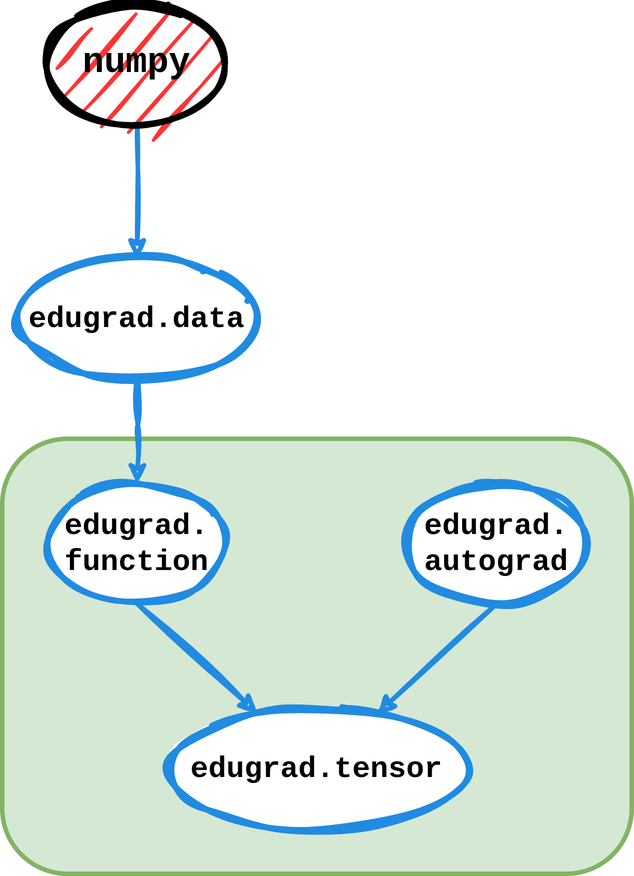
Earlier version of the draw.io export img/edugrad-code-ii.png (tostenzel/autodiff). Source tidied: cells renumbered, new cells last; positions are measured from the earlier drawing's top-left corner, leaving out a move shared by most shapes. Source of this version:
```xml
<mxGraphModel>
  <root>
    <mxCell id="0" />
    <mxCell id="1" parent="0" />
    <mxCell id="2" style="rounded=1;whiteSpace=wrap;html=1;fillColor=#d5e8d4;strokeColor=#82b366;strokeWidth=3;" parent="1" vertex="1">
      <mxGeometry y="290" width="420" height="290" as="geometry" />
    </mxCell>
    <mxCell id="3" style="edgeStyle=orthogonalEdgeStyle;rounded=0;jettySize=auto;html=1;strokeWidth=3;strokeColor=#218BE1;sketch=1;curveFitting=1;jiggle=2;" parent="1" edge="1" source="4" target="6">
      <mxGeometry relative="1" as="geometry" />
    </mxCell>
    <mxCell id="4" value="&lt;b&gt;&lt;font face=&quot;Courier New&quot; style=&quot;font-size: 24px;&quot;&gt;numpy&lt;/font&gt;&lt;/b&gt;" style="ellipse;whiteSpace=wrap;html=1;strokeWidth=4;shadow=0;sketch=1;curveFitting=1;jiggle=2;fillColor=#FF3333;" parent="1" vertex="1">
      <mxGeometry x="30" width="120" height="80" as="geometry" />
    </mxCell>
    <mxCell id="5" style="edgeStyle=orthogonalEdgeStyle;rounded=0;jettySize=auto;html=1;entryX=0.5;entryY=0;entryDx=0;entryDy=0;strokeWidth=3;strokeColor=#218BE1;sketch=1;curveFitting=1;jiggle=2;" parent="1" edge="1" target="8">
      <mxGeometry relative="1" as="geometry">
        <mxPoint x="90" y="240" as="sourcePoint" />
      </mxGeometry>
    </mxCell>
    <mxCell id="6" value="&lt;font size=&quot;1&quot; face=&quot;Courier New&quot; style=&quot;&quot;&gt;&lt;b style=&quot;font-size: 20px;&quot;&gt;edugrad.data&lt;/b&gt;&lt;/font&gt;" style="ellipse;whiteSpace=wrap;html=1;strokeWidth=4;strokeColor=#218BE1;sketch=1;curveFitting=1;jiggle=2;" parent="1" vertex="1">
      <mxGeometry x="10" y="170" width="160" height="80" as="geometry" />
    </mxCell>
    <mxCell id="7" value="&lt;font size=&quot;1&quot; face=&quot;Courier New&quot; style=&quot;&quot;&gt;&lt;b style=&quot;font-size: 20px;&quot;&gt;edugrad.tensor&lt;/b&gt;&lt;/font&gt;" style="ellipse;whiteSpace=wrap;html=1;strokeWidth=4;strokeColor=#218BE1;sketch=1;curveFitting=1;jiggle=2;" parent="1" vertex="1">
      <mxGeometry x="110" y="470" width="200" height="80" as="geometry" />
    </mxCell>
    <mxCell id="8" value="&lt;font face=&quot;Courier New&quot; style=&quot;font-size: 20px;&quot;&gt;&lt;b&gt;edugrad.&lt;br&gt;function&lt;/b&gt;&lt;/font&gt;" style="ellipse;whiteSpace=wrap;html=1;strokeWidth=4;strokeColor=#218BE1;sketch=1;curveFitting=1;jiggle=2;" parent="1" vertex="1">
      <mxGeometry x="30" y="320" width="120" height="80" as="geometry" />
    </mxCell>
    <mxCell id="9" value="&lt;font face=&quot;Courier New&quot; style=&quot;font-size: 20px;&quot;&gt;&lt;b&gt;edugrad.&lt;br&gt;autograd&lt;/b&gt;&lt;/font&gt;" style="ellipse;whiteSpace=wrap;html=1;strokeWidth=4;strokeColor=#218BE1;sketch=1;curveFitting=1;jiggle=2;" parent="1" vertex="1">
      <mxGeometry x="270" y="320" width="120" height="80" as="geometry" />
    </mxCell>
    <mxCell id="10" style="endArrow=classic;html=1;rounded=0;entryX=0.301;entryY=0.036;entryDx=0;entryDy=0;entryPerimeter=0;strokeWidth=3;strokeColor=#218BE1;sketch=1;curveFitting=1;jiggle=2;exitX=0.5;exitY=1;exitDx=0;exitDy=0;" parent="1" edge="1" source="8" target="7">
      <mxGeometry relative="1" as="geometry" />
    </mxCell>
    <mxCell id="11" style="endArrow=classic;html=1;rounded=0;strokeWidth=3;strokeColor=#218BE1;sketch=1;curveFitting=1;jiggle=2;exitX=0.5;exitY=1;exitDx=0;exitDy=0;" parent="1" edge="1" source="9" target="7">
      <mxGeometry relative="1" as="geometry" />
    </mxCell>
  </root>
</mxGraphModel>
```
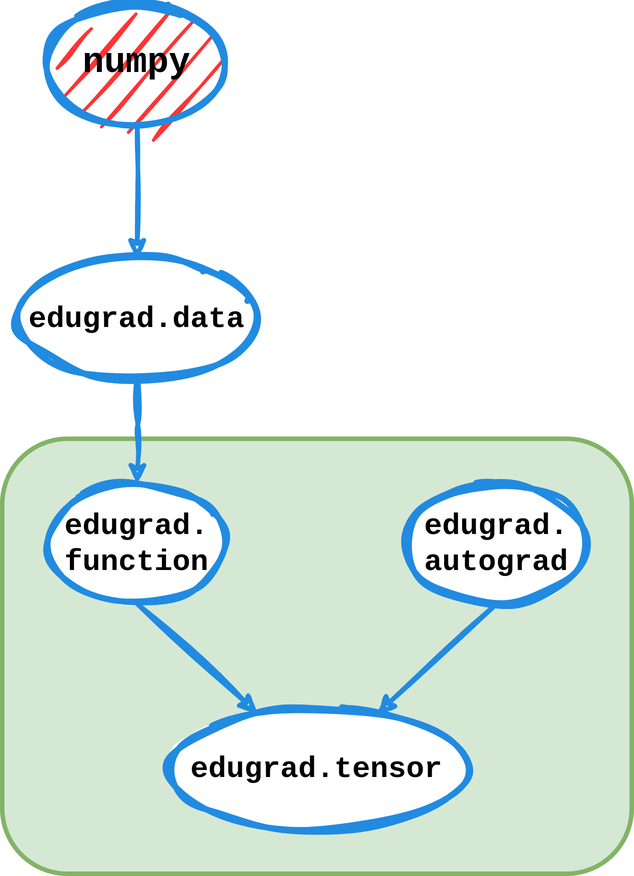
After the change.

Commit message:
Correct imgs

Change to the diagram source:
```diff
@@ -8,7 +8,7 @@
     <mxCell id="3" style="edgeStyle=orthogonalEdgeStyle;rounded=0;jettySize=auto;html=1;strokeWidth=3;strokeColor=#218BE1;sketch=1;curveFitting=1;jiggle=2;" parent="1" edge="1" source="4" target="6">
       <mxGeometry relative="1" as="geometry" />
     </mxCell>
-    <mxCell id="4" value="&lt;b&gt;&lt;font face=&quot;Courier New&quot; style=&quot;font-size: 24px;&quot;&gt;numpy&lt;/font&gt;&lt;/b&gt;" style="ellipse;whiteSpace=wrap;html=1;strokeWidth=4;shadow=0;sketch=1;curveFitting=1;jiggle=2;fillColor=#FF3333;" parent="1" vertex="1">
+    <mxCell id="4" value="&lt;b&gt;&lt;font face=&quot;Courier New&quot; style=&quot;font-size: 24px;&quot;&gt;numpy&lt;/font&gt;&lt;/b&gt;" style="ellipse;whiteSpace=wrap;html=1;strokeWidth=4;shadow=0;sketch=1;curveFitting=1;jiggle=2;fillColor=#FF3333;strokeColor=#218BE1;" parent="1" vertex="1">
       <mxGeometry x="30" width="120" height="80" as="geometry" />
     </mxCell>
     <mxCell id="5" style="edgeStyle=orthogonalEdgeStyle;rounded=0;jettySize=auto;html=1;entryX=0.5;entryY=0;entryDx=0;entryDy=0;strokeWidth=3;strokeColor=#218BE1;sketch=1;curveFitting=1;jiggle=2;" parent="1" edge="1" target="8">
```
